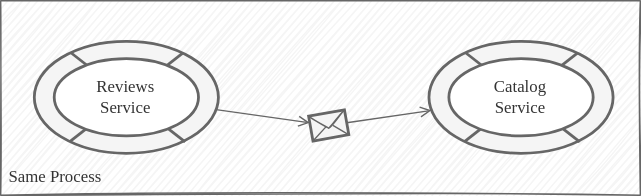
Above: guides/messaging/assets/local.drawio.svg in cap-js/docs (draw.io), before the change. Source tidied: cells renumbered, new cells last; positions are measured from the earlier drawing's top-left corner, leaving out a move shared by most shapes. The source it was exported from:
```xml
<mxGraphModel>
  <root>
    <mxCell id="0" />
    <mxCell id="1" parent="0" />
    <mxCell id="2" value="Same Process" style="rounded=0;whiteSpace=wrap;html=1;sketch=1;strokeWidth=1;fillColor=#f5f5f5;strokeColor=#666666;fontColor=#333333;fontFamily=Avenir Next Medium;align=left;verticalAlign=bottom;spacingBottom=4;spacingLeft=4;" parent="1" vertex="1">
      <mxGeometry width="457" height="139" as="geometry" />
    </mxCell>
    <mxCell id="3" style="group;fontFamily=Avenir Next Medium;" parent="1" vertex="1">
      <mxGeometry x="306" y="29" width="131.6" height="80" as="geometry" />
    </mxCell>
    <mxCell id="4" style="ellipse;whiteSpace=wrap;html=1;strokeWidth=2;fillColor=#f5f5f5;strokeColor=#666666;fontColor=#333333;gradientDirection=south;fontFamily=Avenir Next Medium;" parent="3" vertex="1">
      <mxGeometry width="131.6" height="80" as="geometry" />
    </mxCell>
    <mxCell id="5" style="rounded=0;orthogonalLoop=1;jettySize=auto;html=1;endArrow=none;endFill=0;strokeWidth=2;entryX=0.806;entryY=0.106;entryDx=0;entryDy=0;exitX=0.193;exitY=0.895;exitDx=0;exitDy=0;fillColor=#f5f5f5;strokeColor=#666666;entryPerimeter=0;exitPerimeter=0;fontFamily=Avenir Next Medium;" parent="3" edge="1" source="4" target="4">
      <mxGeometry y="0.6" as="geometry" />
    </mxCell>
    <mxCell id="6" style="rounded=0;orthogonalLoop=1;jettySize=auto;html=1;endArrow=none;endFill=0;strokeWidth=2;entryX=0.819;entryY=0.898;entryDx=0;entryDy=0;exitX=0.199;exitY=0.102;exitDx=0;exitDy=0;fillColor=#f5f5f5;strokeColor=#666666;exitPerimeter=0;entryPerimeter=0;fontFamily=Avenir Next Medium;" parent="3" edge="1" source="4" target="4">
      <mxGeometry x="-69.9" y="-758.5" as="geometry" />
    </mxCell>
    <mxCell id="7" value="Catalog&lt;br&gt;Service" style="ellipse;whiteSpace=wrap;html=1;strokeWidth=2;fontFamily=Avenir Next Medium;fillColor=#FFFFFF;strokeColor=#666666;fontColor=#333333;" parent="3" vertex="1">
      <mxGeometry x="14.2" y="12.4" width="103.1" height="55.2" as="geometry" />
    </mxCell>
    <mxCell id="8" style="edgeStyle=none;rounded=0;jumpStyle=none;jettySize=auto;html=1;fontFamily=Avenir Next Medium;endArrow=open;endFill=0;targetPerimeterSpacing=0;strokeColor=#666666;strokeWidth=1;fillColor=#f5f5f5;endSize=6;align=left;" parent="1" edge="1" source="16" target="10">
      <mxGeometry x="-232" y="17" as="geometry" />
    </mxCell>
    <mxCell id="9" style="group;fontFamily=Avenir Next Medium;" parent="1" vertex="1">
      <mxGeometry x="220" y="78" width="28.7" height="22.2" as="geometry" />
    </mxCell>
    <mxCell id="10" style="rounded=0;whiteSpace=wrap;html=1;sketch=0;fontFamily=Avenir Next Medium;strokeColor=#666666;strokeWidth=2;fillColor=#f5f5f5;rotation=-10;fontColor=#333333;" parent="9" vertex="1">
      <mxGeometry x="1.4" y="2.1" width="26" height="18" as="geometry" />
    </mxCell>
    <mxCell id="11" style="edgeStyle=none;rounded=0;jumpStyle=none;orthogonalLoop=1;jettySize=auto;html=1;fontFamily=Avenir Next Medium;endArrow=none;endFill=0;targetPerimeterSpacing=0;strokeColor=#666666;strokeWidth=1;align=left;fillColor=#f5f5f5;exitX=0;exitY=0;exitDx=0;exitDy=0;entryX=1;entryY=0;entryDx=0;entryDy=0;sketch=1;" parent="9" edge="1" source="10" target="10">
      <mxGeometry x="1.4" y="3.1" as="geometry">
        <Array as="points">
          <mxPoint x="14.4" y="13.1" />
        </Array>
      </mxGeometry>
    </mxCell>
    <mxCell id="12" style="rounded=0;jumpStyle=none;jettySize=auto;html=1;fontFamily=Avenir Next Medium;endArrow=none;endFill=0;targetPerimeterSpacing=0;strokeColor=#666666;strokeWidth=1;align=left;fillColor=#f5f5f5;exitX=0;exitY=1;exitDx=0;exitDy=0;" parent="9" edge="1" source="10">
      <mxGeometry x="1.4" y="3.1" as="geometry">
        <mxPoint x="12.4" y="12.1" as="targetPoint" />
      </mxGeometry>
    </mxCell>
    <mxCell id="13" style="rounded=0;jumpStyle=none;jettySize=auto;html=1;fontFamily=Avenir Next Medium;endArrow=none;endFill=0;strokeColor=#666666;strokeWidth=1;align=left;fillColor=#f5f5f5;sourcePerimeterSpacing=0;entryX=0.992;entryY=0.997;entryDx=0;entryDy=0;entryPerimeter=0;" parent="9" edge="1" target="10">
      <mxGeometry x="1.4" y="3.1" as="geometry">
        <mxPoint x="17.4" y="11.1" as="sourcePoint" />
      </mxGeometry>
    </mxCell>
    <mxCell id="14" style="edgeStyle=none;rounded=0;jumpStyle=none;jettySize=auto;html=1;fontFamily=Avenir Next Medium;endArrow=open;endFill=0;targetPerimeterSpacing=0;strokeColor=#666666;strokeWidth=1;fillColor=#f5f5f5;endSize=6;align=left;" parent="1" edge="1" source="10" target="4">
      <mxGeometry x="-232" y="17" as="geometry" />
    </mxCell>
    <mxCell id="15" style="group;fontFamily=Avenir Next Medium;" parent="1" vertex="1">
      <mxGeometry x="24" y="29" width="131.6" height="80" as="geometry" />
    </mxCell>
    <mxCell id="16" style="ellipse;whiteSpace=wrap;html=1;strokeWidth=2;fillColor=#f5f5f5;strokeColor=#666666;fontColor=#333333;gradientDirection=south;fontFamily=Avenir Next Medium;" parent="15" vertex="1">
      <mxGeometry width="131.6" height="80" as="geometry" />
    </mxCell>
    <mxCell id="17" style="rounded=0;orthogonalLoop=1;jettySize=auto;html=1;endArrow=none;endFill=0;strokeWidth=2;entryX=0.806;entryY=0.106;entryDx=0;entryDy=0;exitX=0.193;exitY=0.895;exitDx=0;exitDy=0;fillColor=#f5f5f5;strokeColor=#666666;entryPerimeter=0;exitPerimeter=0;fontFamily=Avenir Next Medium;" parent="15" edge="1" source="16" target="16">
      <mxGeometry y="0.6" as="geometry" />
    </mxCell>
    <mxCell id="18" style="rounded=0;orthogonalLoop=1;jettySize=auto;html=1;endArrow=none;endFill=0;strokeWidth=2;entryX=0.819;entryY=0.898;entryDx=0;entryDy=0;exitX=0.199;exitY=0.102;exitDx=0;exitDy=0;fillColor=#f5f5f5;strokeColor=#666666;exitPerimeter=0;entryPerimeter=0;fontFamily=Avenir Next Medium;" parent="15" edge="1" source="16" target="16">
      <mxGeometry x="-69.9" y="-758.5" as="geometry" />
    </mxCell>
    <mxCell id="19" value="Reviews&lt;br&gt;Service" style="ellipse;whiteSpace=wrap;html=1;strokeWidth=2;fontFamily=Avenir Next Medium;fillColor=#FFFFFF;strokeColor=#666666;fontColor=#333333;" parent="15" vertex="1">
      <mxGeometry x="14.2" y="12.4" width="103.1" height="55.2" as="geometry" />
    </mxCell>
  </root>
</mxGraphModel>
```
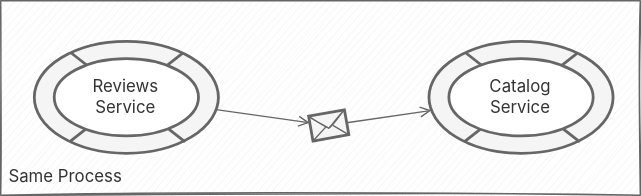
The same diagram one commit later.

The edit, as a diff of the source:
```diff
@@ -2,66 +2,66 @@
   <root>
     <mxCell id="0" />
     <mxCell id="1" parent="0" />
-    <mxCell id="2" value="Same Process" style="rounded=0;whiteSpace=wrap;html=1;sketch=1;strokeWidth=1;fillColor=#f5f5f5;strokeColor=#666666;fontColor=#333333;fontFamily=Avenir Next Medium;align=left;verticalAlign=bottom;spacingBottom=4;spacingLeft=4;" parent="1" vertex="1">
+    <mxCell id="2" value="Same Process" style="rounded=0;whiteSpace=wrap;html=1;sketch=1;strokeWidth=1;fillColor=#f5f5f5;strokeColor=#666666;fontColor=#333333;fontFamily='Avenir Next', 'Inter var', 'Inter', Helvetica, Arial, sans-serif;align=left;verticalAlign=bottom;spacingBottom=4;spacingLeft=4;" parent="1" vertex="1">
       <mxGeometry width="457" height="139" as="geometry" />
     </mxCell>
-    <mxCell id="3" style="group;fontFamily=Avenir Next Medium;" parent="1" vertex="1">
+    <mxCell id="3" style="group;fontFamily='Avenir Next', 'Inter var', 'Inter', Helvetica, Arial, sans-serif;" parent="1" vertex="1">
       <mxGeometry x="306" y="29" width="131.6" height="80" as="geometry" />
     </mxCell>
-    <mxCell id="4" style="ellipse;whiteSpace=wrap;html=1;strokeWidth=2;fillColor=#f5f5f5;strokeColor=#666666;fontColor=#333333;gradientDirection=south;fontFamily=Avenir Next Medium;" parent="3" vertex="1">
+    <mxCell id="4" style="ellipse;whiteSpace=wrap;html=1;strokeWidth=2;fillColor=#f5f5f5;strokeColor=#666666;fontColor=#333333;gradientDirection=south;fontFamily='Avenir Next', 'Inter var', 'Inter', Helvetica, Arial, sans-serif;" parent="3" vertex="1">
       <mxGeometry width="131.6" height="80" as="geometry" />
     </mxCell>
-    <mxCell id="5" style="rounded=0;orthogonalLoop=1;jettySize=auto;html=1;endArrow=none;endFill=0;strokeWidth=2;entryX=0.806;entryY=0.106;entryDx=0;entryDy=0;exitX=0.193;exitY=0.895;exitDx=0;exitDy=0;fillColor=#f5f5f5;strokeColor=#666666;entryPerimeter=0;exitPerimeter=0;fontFamily=Avenir Next Medium;" parent="3" edge="1" source="4" target="4">
+    <mxCell id="5" style="rounded=0;orthogonalLoop=1;jettySize=auto;html=1;endArrow=none;endFill=0;strokeWidth=2;entryX=0.806;entryY=0.106;entryDx=0;entryDy=0;exitX=0.193;exitY=0.895;exitDx=0;exitDy=0;fillColor=#f5f5f5;strokeColor=#666666;entryPerimeter=0;exitPerimeter=0;fontFamily='Avenir Next', 'Inter var', 'Inter', Helvetica, Arial, sans-serif;" parent="3" edge="1" source="4" target="4">
       <mxGeometry y="0.6" as="geometry" />
     </mxCell>
-    <mxCell id="6" style="rounded=0;orthogonalLoop=1;jettySize=auto;html=1;endArrow=none;endFill=0;strokeWidth=2;entryX=0.819;entryY=0.898;entryDx=0;entryDy=0;exitX=0.199;exitY=0.102;exitDx=0;exitDy=0;fillColor=#f5f5f5;strokeColor=#666666;exitPerimeter=0;entryPerimeter=0;fontFamily=Avenir Next Medium;" parent="3" edge="1" source="4" target="4">
+    <mxCell id="6" style="rounded=0;orthogonalLoop=1;jettySize=auto;html=1;endArrow=none;endFill=0;strokeWidth=2;entryX=0.819;entryY=0.898;entryDx=0;entryDy=0;exitX=0.199;exitY=0.102;exitDx=0;exitDy=0;fillColor=#f5f5f5;strokeColor=#666666;exitPerimeter=0;entryPerimeter=0;fontFamily='Avenir Next', 'Inter var', 'Inter', Helvetica, Arial, sans-serif;" parent="3" edge="1" source="4" target="4">
       <mxGeometry x="-69.9" y="-758.5" as="geometry" />
     </mxCell>
-    <mxCell id="7" value="Catalog&lt;br&gt;Service" style="ellipse;whiteSpace=wrap;html=1;strokeWidth=2;fontFamily=Avenir Next Medium;fillColor=#FFFFFF;strokeColor=#666666;fontColor=#333333;" parent="3" vertex="1">
+    <mxCell id="7" value="Catalog&lt;br&gt;Service" style="ellipse;whiteSpace=wrap;html=1;strokeWidth=2;fontFamily='Avenir Next', 'Inter var', 'Inter', Helvetica, Arial, sans-serif;fillColor=#FFFFFF;strokeColor=#666666;fontColor=#333333;" parent="3" vertex="1">
       <mxGeometry x="14.2" y="12.4" width="103.1" height="55.2" as="geometry" />
     </mxCell>
-    <mxCell id="8" style="edgeStyle=none;rounded=0;jumpStyle=none;jettySize=auto;html=1;fontFamily=Avenir Next Medium;endArrow=open;endFill=0;targetPerimeterSpacing=0;strokeColor=#666666;strokeWidth=1;fillColor=#f5f5f5;endSize=6;align=left;" parent="1" edge="1" source="16" target="10">
+    <mxCell id="8" style="edgeStyle=none;rounded=0;jumpStyle=none;jettySize=auto;html=1;fontFamily='Avenir Next', 'Inter var', 'Inter', Helvetica, Arial, sans-serif;endArrow=open;endFill=0;targetPerimeterSpacing=0;strokeColor=#666666;strokeWidth=1;fillColor=#f5f5f5;endSize=6;align=left;" parent="1" edge="1" source="16" target="10">
       <mxGeometry x="-232" y="17" as="geometry" />
     </mxCell>
-    <mxCell id="9" style="group;fontFamily=Avenir Next Medium;" parent="1" vertex="1">
+    <mxCell id="9" style="group;fontFamily='Avenir Next', 'Inter var', 'Inter', Helvetica, Arial, sans-serif;" parent="1" vertex="1">
       <mxGeometry x="220" y="78" width="28.7" height="22.2" as="geometry" />
     </mxCell>
-    <mxCell id="10" style="rounded=0;whiteSpace=wrap;html=1;sketch=0;fontFamily=Avenir Next Medium;strokeColor=#666666;strokeWidth=2;fillColor=#f5f5f5;rotation=-10;fontColor=#333333;" parent="9" vertex="1">
+    <mxCell id="10" style="rounded=0;whiteSpace=wrap;html=1;sketch=0;fontFamily='Avenir Next', 'Inter var', 'Inter', Helvetica, Arial, sans-serif;strokeColor=#666666;strokeWidth=2;fillColor=#f5f5f5;rotation=-10;fontColor=#333333;" parent="9" vertex="1">
       <mxGeometry x="1.4" y="2.1" width="26" height="18" as="geometry" />
     </mxCell>
-    <mxCell id="11" style="edgeStyle=none;rounded=0;jumpStyle=none;orthogonalLoop=1;jettySize=auto;html=1;fontFamily=Avenir Next Medium;endArrow=none;endFill=0;targetPerimeterSpacing=0;strokeColor=#666666;strokeWidth=1;align=left;fillColor=#f5f5f5;exitX=0;exitY=0;exitDx=0;exitDy=0;entryX=1;entryY=0;entryDx=0;entryDy=0;sketch=1;" parent="9" edge="1" source="10" target="10">
+    <mxCell id="11" style="edgeStyle=none;rounded=0;jumpStyle=none;orthogonalLoop=1;jettySize=auto;html=1;fontFamily='Avenir Next', 'Inter var', 'Inter', Helvetica, Arial, sans-serif;endArrow=none;endFill=0;targetPerimeterSpacing=0;strokeColor=#666666;strokeWidth=1;align=left;fillColor=#f5f5f5;exitX=0;exitY=0;exitDx=0;exitDy=0;entryX=1;entryY=0;entryDx=0;entryDy=0;sketch=1;" parent="9" edge="1" source="10" target="10">
       <mxGeometry x="1.4" y="3.1" as="geometry">
         <Array as="points">
           <mxPoint x="14.4" y="13.1" />
         </Array>
       </mxGeometry>
     </mxCell>
-    <mxCell id="12" style="rounded=0;jumpStyle=none;jettySize=auto;html=1;fontFamily=Avenir Next Medium;endArrow=none;endFill=0;targetPerimeterSpacing=0;strokeColor=#666666;strokeWidth=1;align=left;fillColor=#f5f5f5;exitX=0;exitY=1;exitDx=0;exitDy=0;" parent="9" edge="1" source="10">
+    <mxCell id="12" style="rounded=0;jumpStyle=none;jettySize=auto;html=1;fontFamily='Avenir Next', 'Inter var', 'Inter', Helvetica, Arial, sans-serif;endArrow=none;endFill=0;targetPerimeterSpacing=0;strokeColor=#666666;strokeWidth=1;align=left;fillColor=#f5f5f5;exitX=0;exitY=1;exitDx=0;exitDy=0;" parent="9" edge="1" source="10">
       <mxGeometry x="1.4" y="3.1" as="geometry">
         <mxPoint x="12.4" y="12.1" as="targetPoint" />
       </mxGeometry>
     </mxCell>
-    <mxCell id="13" style="rounded=0;jumpStyle=none;jettySize=auto;html=1;fontFamily=Avenir Next Medium;endArrow=none;endFill=0;strokeColor=#666666;strokeWidth=1;align=left;fillColor=#f5f5f5;sourcePerimeterSpacing=0;entryX=0.992;entryY=0.997;entryDx=0;entryDy=0;entryPerimeter=0;" parent="9" edge="1" target="10">
+    <mxCell id="13" style="rounded=0;jumpStyle=none;jettySize=auto;html=1;fontFamily='Avenir Next', 'Inter var', 'Inter', Helvetica, Arial, sans-serif;endArrow=none;endFill=0;strokeColor=#666666;strokeWidth=1;align=left;fillColor=#f5f5f5;sourcePerimeterSpacing=0;entryX=0.992;entryY=0.997;entryDx=0;entryDy=0;entryPerimeter=0;" parent="9" edge="1" target="10">
       <mxGeometry x="1.4" y="3.1" as="geometry">
         <mxPoint x="17.4" y="11.1" as="sourcePoint" />
       </mxGeometry>
     </mxCell>
-    <mxCell id="14" style="edgeStyle=none;rounded=0;jumpStyle=none;jettySize=auto;html=1;fontFamily=Avenir Next Medium;endArrow=open;endFill=0;targetPerimeterSpacing=0;strokeColor=#666666;strokeWidth=1;fillColor=#f5f5f5;endSize=6;align=left;" parent="1" edge="1" source="10" target="4">
+    <mxCell id="14" style="edgeStyle=none;rounded=0;jumpStyle=none;jettySize=auto;html=1;fontFamily='Avenir Next', 'Inter var', 'Inter', Helvetica, Arial, sans-serif;endArrow=open;endFill=0;targetPerimeterSpacing=0;strokeColor=#666666;strokeWidth=1;fillColor=#f5f5f5;endSize=6;align=left;" parent="1" edge="1" source="10" target="4">
       <mxGeometry x="-232" y="17" as="geometry" />
     </mxCell>
-    <mxCell id="15" style="group;fontFamily=Avenir Next Medium;" parent="1" vertex="1">
+    <mxCell id="15" style="group;fontFamily='Avenir Next', 'Inter var', 'Inter', Helvetica, Arial, sans-serif;" parent="1" vertex="1">
       <mxGeometry x="24" y="29" width="131.6" height="80" as="geometry" />
     </mxCell>
-    <mxCell id="16" style="ellipse;whiteSpace=wrap;html=1;strokeWidth=2;fillColor=#f5f5f5;strokeColor=#666666;fontColor=#333333;gradientDirection=south;fontFamily=Avenir Next Medium;" parent="15" vertex="1">
+    <mxCell id="16" style="ellipse;whiteSpace=wrap;html=1;strokeWidth=2;fillColor=#f5f5f5;strokeColor=#666666;fontColor=#333333;gradientDirection=south;fontFamily='Avenir Next', 'Inter var', 'Inter', Helvetica, Arial, sans-serif;" parent="15" vertex="1">
       <mxGeometry width="131.6" height="80" as="geometry" />
     </mxCell>
-    <mxCell id="17" style="rounded=0;orthogonalLoop=1;jettySize=auto;html=1;endArrow=none;endFill=0;strokeWidth=2;entryX=0.806;entryY=0.106;entryDx=0;entryDy=0;exitX=0.193;exitY=0.895;exitDx=0;exitDy=0;fillColor=#f5f5f5;strokeColor=#666666;entryPerimeter=0;exitPerimeter=0;fontFamily=Avenir Next Medium;" parent="15" edge="1" source="16" target="16">
+    <mxCell id="17" style="rounded=0;orthogonalLoop=1;jettySize=auto;html=1;endArrow=none;endFill=0;strokeWidth=2;entryX=0.806;entryY=0.106;entryDx=0;entryDy=0;exitX=0.193;exitY=0.895;exitDx=0;exitDy=0;fillColor=#f5f5f5;strokeColor=#666666;entryPerimeter=0;exitPerimeter=0;fontFamily='Avenir Next', 'Inter var', 'Inter', Helvetica, Arial, sans-serif;" parent="15" edge="1" source="16" target="16">
       <mxGeometry y="0.6" as="geometry" />
     </mxCell>
-    <mxCell id="18" style="rounded=0;orthogonalLoop=1;jettySize=auto;html=1;endArrow=none;endFill=0;strokeWidth=2;entryX=0.819;entryY=0.898;entryDx=0;entryDy=0;exitX=0.199;exitY=0.102;exitDx=0;exitDy=0;fillColor=#f5f5f5;strokeColor=#666666;exitPerimeter=0;entryPerimeter=0;fontFamily=Avenir Next Medium;" parent="15" edge="1" source="16" target="16">
+    <mxCell id="18" style="rounded=0;orthogonalLoop=1;jettySize=auto;html=1;endArrow=none;endFill=0;strokeWidth=2;entryX=0.819;entryY=0.898;entryDx=0;entryDy=0;exitX=0.199;exitY=0.102;exitDx=0;exitDy=0;fillColor=#f5f5f5;strokeColor=#666666;exitPerimeter=0;entryPerimeter=0;fontFamily='Avenir Next', 'Inter var', 'Inter', Helvetica, Arial, sans-serif;" parent="15" edge="1" source="16" target="16">
       <mxGeometry x="-69.9" y="-758.5" as="geometry" />
     </mxCell>
-    <mxCell id="19" value="Reviews&lt;br&gt;Service" style="ellipse;whiteSpace=wrap;html=1;strokeWidth=2;fontFamily=Avenir Next Medium;fillColor=#FFFFFF;strokeColor=#666666;fontColor=#333333;" parent="15" vertex="1">
+    <mxCell id="19" value="Reviews&lt;br&gt;Service" style="ellipse;whiteSpace=wrap;html=1;strokeWidth=2;fontFamily='Avenir Next', 'Inter var', 'Inter', Helvetica, Arial, sans-serif;fillColor=#FFFFFF;strokeColor=#666666;fontColor=#333333;" parent="15" vertex="1">
       <mxGeometry x="14.2" y="12.4" width="103.1" height="55.2" as="geometry" />
     </mxCell>
   </root>
```
